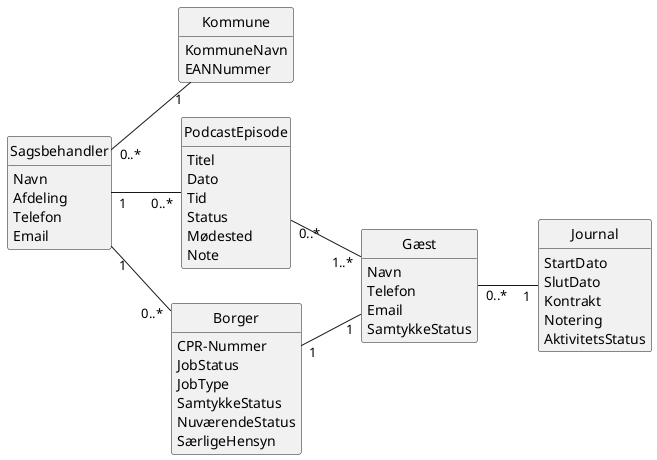
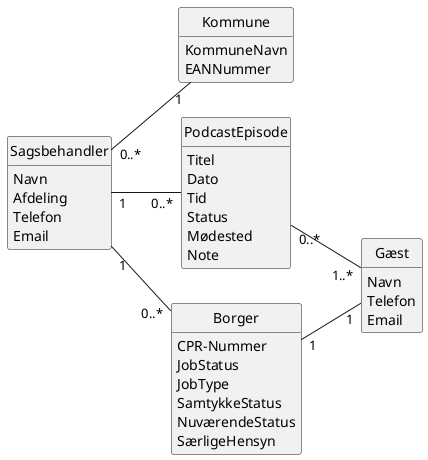
@startuml Domænemodel


left to right direction

class Gæst {
    Navn
    Telefon
    Email
-     SamtykkeStatus
- 
}


class Kommune{
    KommuneNavn
    EANNummer
}

class PodcastEpisode {
    Titel
    Dato
    Tid
    Status
    Mødested
    Note
}

- 
- class Journal{
-     StartDato
-     SlutDato
-     Kontrakt
-     Notering
-     AktivitetsStatus
- }
- 
class Borger {
    CPR-Nummer
    JobStatus
    JobType
    SamtykkeStatus
    NuværendeStatus
    SærligeHensyn
}
class Sagsbehandler{
    Navn
    Afdeling
    Telefon
    Email
- 
}



PodcastEpisode "0..*" -- "1..*" Gæst
- Gæst "0..*"-- "   1" Journal
Sagsbehandler "1" -- "0..*" PodcastEpisode
Borger "1" -- "1" Gæst
Sagsbehandler "0..*" -- "1"Kommune
Sagsbehandler "1" -- "0..*"Borger
+ 
hide circle
hide methods

@enduml
